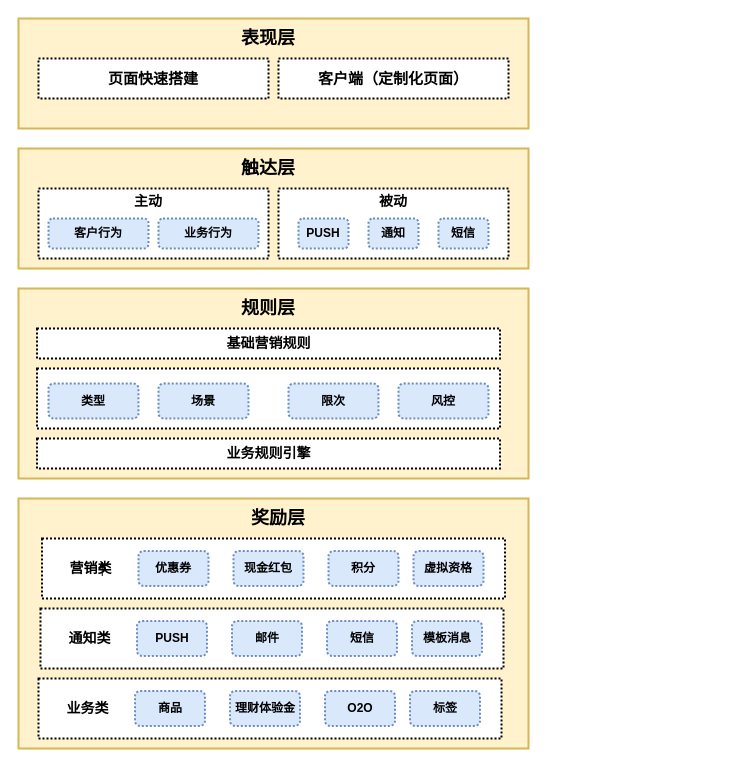
LonelVino/CDN keeps this draw.io diagram as git-static/数据中台产品结构.drawio. Above is the earlier version. Source tidied: cells renumbered, new cells numbered last; positions are measured from the earlier drawing's top-left corner, leaving out a move shared by most shapes. Both pictures are drawn from the tidied source at 100%, with x=0, y=0 at pixel (18, 18).
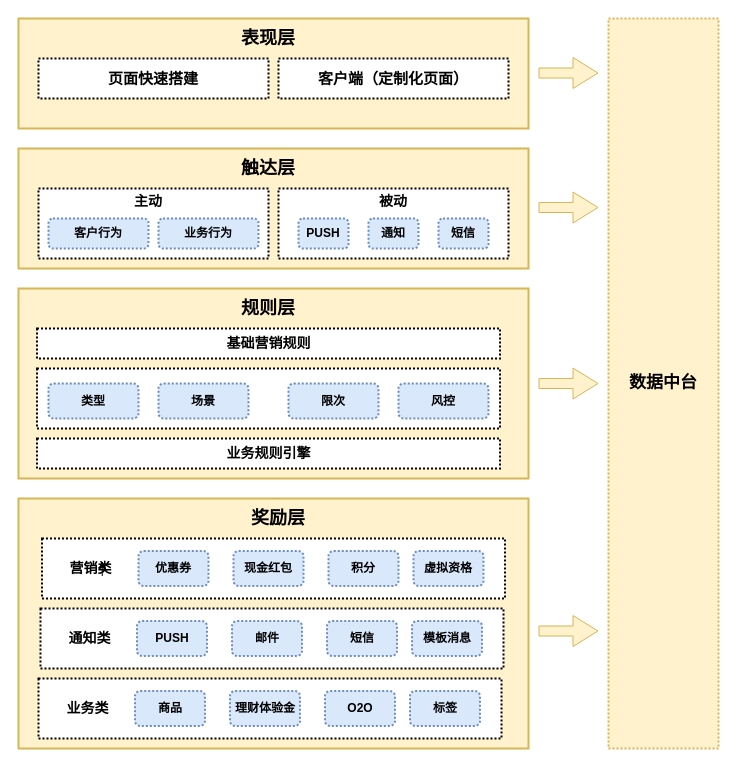
The same diagram, later.

Commit message (it also covers changes not shown here):
Update 数据中台产品结构.drawio

The edit, as a diff of the source:
```diff
@@
+    <mxCell id="47" style="shape=flexArrow;endArrow=classic;html=1;width=10;endSize=8;fillColor=#fff2cc;strokeColor=#d6b656;" parent="1" edge="1">
+      <mxGeometry relative="1" as="geometry">
+        <mxPoint x="520" y="365" as="sourcePoint" />
+        <mxPoint x="580" y="365" as="targetPoint" />
+      </mxGeometry>
+    </mxCell>
+    <mxCell id="48" style="shape=flexArrow;endArrow=classic;html=1;width=10;endSize=8;fillColor=#fff2cc;strokeColor=#d6b656;" parent="1" edge="1">
+      <mxGeometry relative="1" as="geometry">
+        <mxPoint x="520" y="612.5" as="sourcePoint" />
+        <mxPoint x="580" y="612.5" as="targetPoint" />
+      </mxGeometry>
+    </mxCell>
+    <mxCell id="49" style="shape=flexArrow;endArrow=classic;html=1;width=10;endSize=8;fillColor=#fff2cc;strokeColor=#d6b656;" parent="1" edge="1">
+      <mxGeometry relative="1" as="geometry">
+        <mxPoint x="520" y="189" as="sourcePoint" />
+        <mxPoint x="580" y="189" as="targetPoint" />
+      </mxGeometry>
+    </mxCell>
+    <mxCell id="50" style="shape=flexArrow;endArrow=classic;html=1;width=10;endSize=8;fillColor=#fff2cc;strokeColor=#d6b656;" parent="1" edge="1">
+      <mxGeometry relative="1" as="geometry">
+        <mxPoint x="520" y="54.5" as="sourcePoint" />
+        <mxPoint x="580" y="54.5" as="targetPoint" />
+      </mxGeometry>
+    </mxCell>
+    <mxCell id="51" value="&lt;font style=&quot;font-size: 17px&quot;&gt;&lt;b&gt;数据中台&lt;/b&gt;&lt;/font&gt;" style="rounded=0;whiteSpace=wrap;html=1;dashed=1;dashPattern=1 1;strokeWidth=2;fillColor=#fff2cc;strokeColor=#d6b656;" parent="1" vertex="1">
+      <mxGeometry x="590" width="110" height="730" as="geometry" />
+    </mxCell>
```
